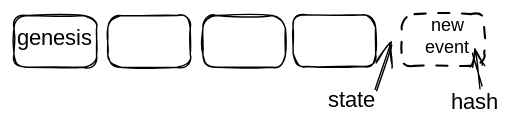
Earlier version of the Excalidraw export .gitbook/assets/file.excalidraw (2).svg (ltonetwork/documentation). Source tidied: one line per element, renumbered; positions are measured from the earlier drawing's top-left corner, leaving out a move shared by most shapes.
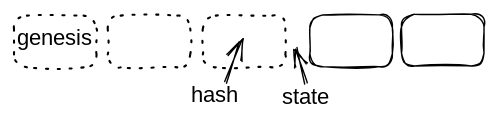
After the change.

What changed in the source:
```diff
@@ -1,11 +1,10 @@
-{"id": 0, "type": "rectangle", "strokeColor": "#000000", "strokeWidth": 1, "roughness": 1, "round": true, "x": 200, "y": 0, "width": 59, "height": 37}
-{"id": 1, "type": "rectangle", "strokeColor": "#000000", "strokeWidth": 1, "strokeStyle": "dashed", "roughness": 1, "round": true, "x": 277, "y": 0, "width": 59, "height": 37}
-{"id": 2, "type": "rectangle", "strokeColor": "#000000", "strokeWidth": 1, "roughness": 1, "round": true, "x": 67, "y": 1, "width": 59, "height": 37}
-{"id": 3, "type": "rectangle", "strokeColor": "#000000", "strokeWidth": 1, "roughness": 1, "round": true, "x": 135, "y": 1, "width": 59, "height": 37}
-{"id": 4, "type": "rectangle", "strokeColor": "#000000", "strokeWidth": 1, "roughness": 1, "round": true, "x": 0, "y": 1, "width": 59, "height": 37}
+{"id": 11, "type": "rectangle", "strokeColor": "#000000", "strokeWidth": 1, "roughness": 1, "round": true, "x": 350, "y": 168, "width": 59, "height": 37}
+{"id": 12, "type": "rectangle", "strokeColor": "#000000", "strokeWidth": 1, "roughness": 1, "round": true, "x": 416, "y": 168, "width": 59, "height": 37}
+{"id": 13, "type": "rectangle", "strokeColor": "#000000", "strokeWidth": 1, "strokeStyle": "dotted", "roughness": 1, "round": true, "x": 206, "y": 169, "width": 59, "height": 37}
+{"id": 14, "type": "rectangle", "strokeColor": "#000000", "strokeWidth": 1, "strokeStyle": "dotted", "roughness": 1, "round": true, "x": 274, "y": 169, "width": 59, "height": 37}
+{"id": 15, "type": "rectangle", "strokeColor": "#000000", "strokeWidth": 1, "strokeStyle": "dotted", "roughness": 1, "round": true, "x": 139, "y": 169, "width": 59, "height": 37}
-{"id": 5, "type": "text", "text": "genesis", "strokeColor": "#000000", "strokeWidth": 1, "strokeStyle": "dotted", "roughness": 1, "fontSize": 16, "fontFamily": 1, "x": 2, "y": 8, "width": 56, "height": 20}
+{"id": 5, "type": "text", "text": "genesis", "strokeColor": "#000000", "strokeWidth": 1, "strokeStyle": "dotted", "roughness": 1, "fontSize": 16, "fontFamily": 1, "x": 141, "y": 176, "width": 56, "height": 20}
-{"id": 6, "type": "arrow", "strokeColor": "#000000", "strokeWidth": 1, "roughness": 1, "endArrowhead": "arrow", "round": true, "from": 9, "to": 10, "x": 334, "y": 52, "width": 6, "height": 25, "points": [[0, 0], [-6, -25]]}
-{"id": 7, "type": "arrow", "strokeColor": "#000000", "strokeWidth": 1, "roughness": 1, "endArrowhead": "arrow", "round": true, "to": 1, "x": 258, "y": 54, "width": 11, "height": 33, "points": [[0, 0], [11, -33]]}
+{"id": 16, "type": "arrow", "strokeColor": "#000000", "strokeWidth": 1, "roughness": 1, "endArrowhead": "arrow", "round": true, "from": 8, "to": 14, "x": 347, "y": 217, "width": 6, "height": 25, "points": [[0, 0], [-6, -25]]}
+{"id": 17, "type": "arrow", "strokeColor": "#000000", "strokeWidth": 1, "roughness": 1, "endArrowhead": "arrow", "round": true, "from": 14, "x": 290, "y": 217, "width": 10, "height": 30, "points": [[0, 0], [10, -30]]}
-{"id": 8, "type": "text", "text": "state", "strokeColor": "#000000", "strokeWidth": 1, "roughness": 1, "fontSize": 16, "fontFamily": 1, "x": 224, "y": 52, "width": 48, "height": 20}
+{"id": 8, "type": "text", "text": "state", "strokeColor": "#000000", "strokeWidth": 1, "roughness": 1, "fontSize": 16, "fontFamily": 1, "x": 330, "y": 218, "width": 48, "height": 20}
-{"id": 9, "type": "text", "text": "hash", "strokeColor": "#000000", "strokeWidth": 1, "roughness": 1, "fontSize": 16, "fontFamily": 1, "x": 312, "y": 54, "width": 37, "height": 20}
+{"id": 9, "type": "text", "text": "hash", "strokeColor": "#000000", "strokeWidth": 1, "roughness": 1, "fontSize": 16, "fontFamily": 1, "x": 265, "y": 216, "width": 37, "height": 20}
-{"id": 10, "type": "text", "text": "new\nevent", "strokeColor": "#000000", "strokeWidth": 1, "strokeStyle": "dashed", "roughness": 1, "fontSize": 12.51, "fontFamily": 1, "textAlign": "center", "x": 292, "y": 1, "width": 35, "height": 32}
```
